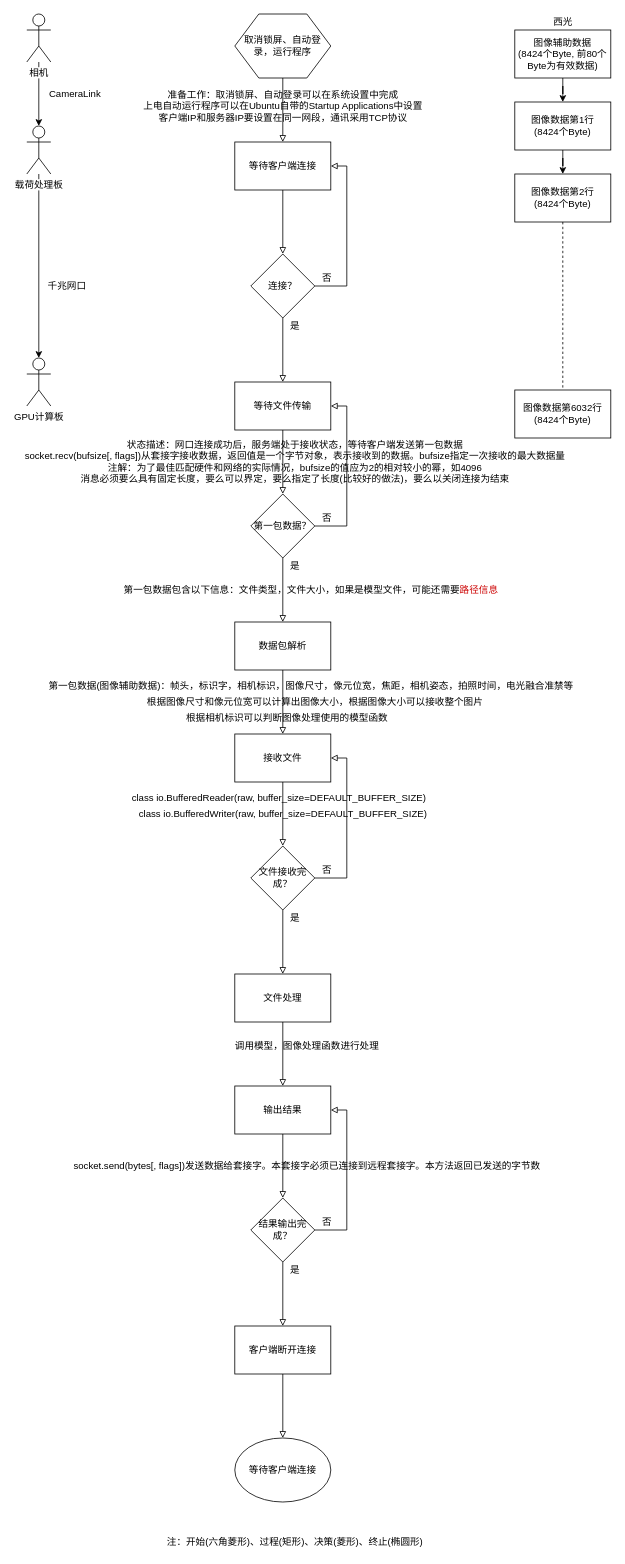
Before: 图像处理软件概要设计.drawio in hhwjsw711/image_process, a draw.io diagram. Source tidied: cells renumbered, new cells numbered last; positions are measured from the earlier drawing's top-left corner, leaving out a move shared by most shapes. Both pictures are drawn from the tidied source at 80%, with x=0, y=0 at pixel (18, 14).
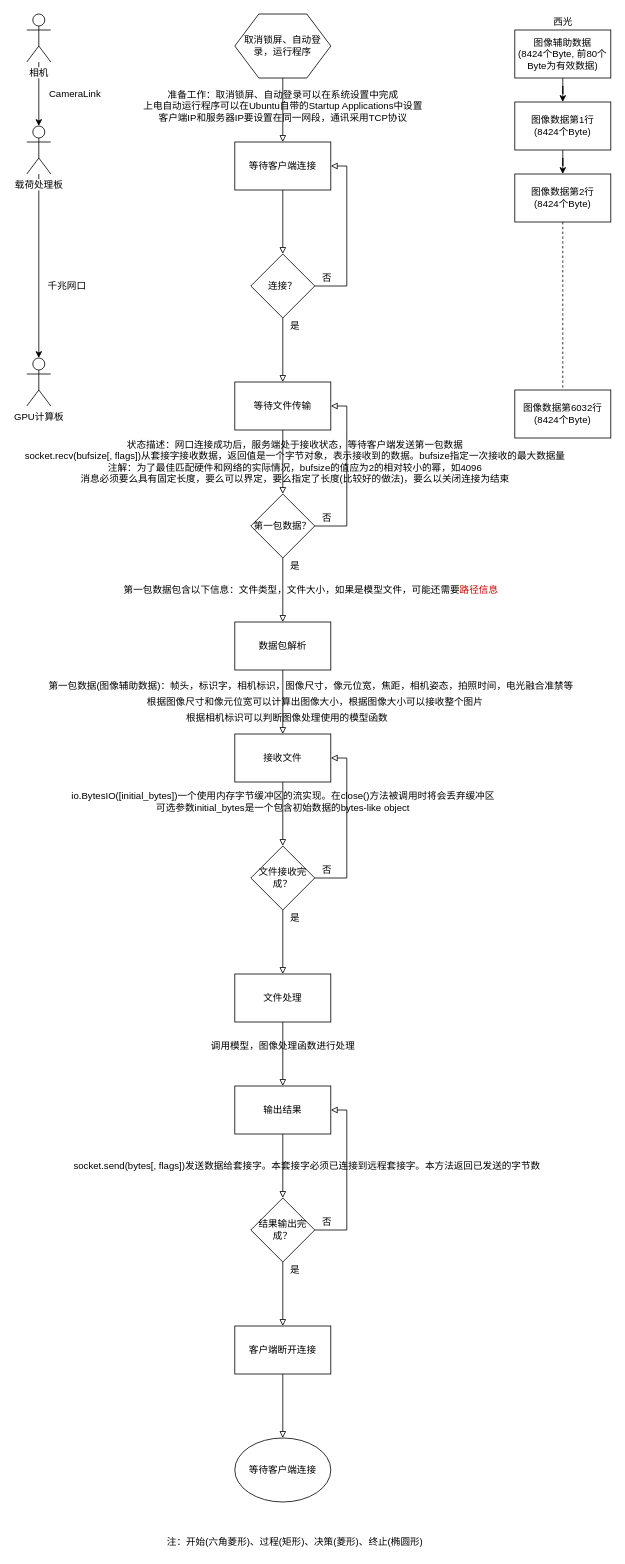
The same page after the edit.

Commit message:
更新图像处理软件概要设计.drawio

What changed in the source:
```diff
@@
     <mxCell id="62" value="调用模型，图像处理函数进行处理" style="text;html=1;align=center;verticalAlign=middle;" parent="1" vertex="1">
-      <mxGeometry x="260" y="1280" width="200" height="20" as="geometry" />
+      <mxGeometry x="230" y="1280" width="200" height="20" as="geometry" />
     </mxCell>
-    <mxCell id="63" value="class io.BufferedReader(raw, buffer_size=DEFAULT_BUFFER_SIZE)" style="text;html=1;align=center;verticalAlign=middle;" parent="1" vertex="1">
-      <mxGeometry x="135" y="970" width="380" height="20" as="geometry" />
-    </mxCell>
-    <mxCell id="64" value="class io.BufferedWriter(raw, buffer_size=DEFAULT_BUFFER_SIZE)" style="text;html=1;align=center;verticalAlign=middle;" parent="1" vertex="1">
-      <mxGeometry x="140" y="990" width="380" height="20" as="geometry" />
-    </mxCell>
+    <mxCell id="65" value="io.BytesIO([initial_bytes])一个使用内存字节缓冲区的流实现。在close()方法被调用时将会丢弃缓冲区&lt;br&gt;可选参数initial_bytes是一个包含初始数据的bytes-like object" style="text;html=1;align=center;verticalAlign=middle;" parent="1" vertex="1">
+      <mxGeometry x="60" y="970" width="540" height="30" as="geometry" />
+    </mxCell>
```
